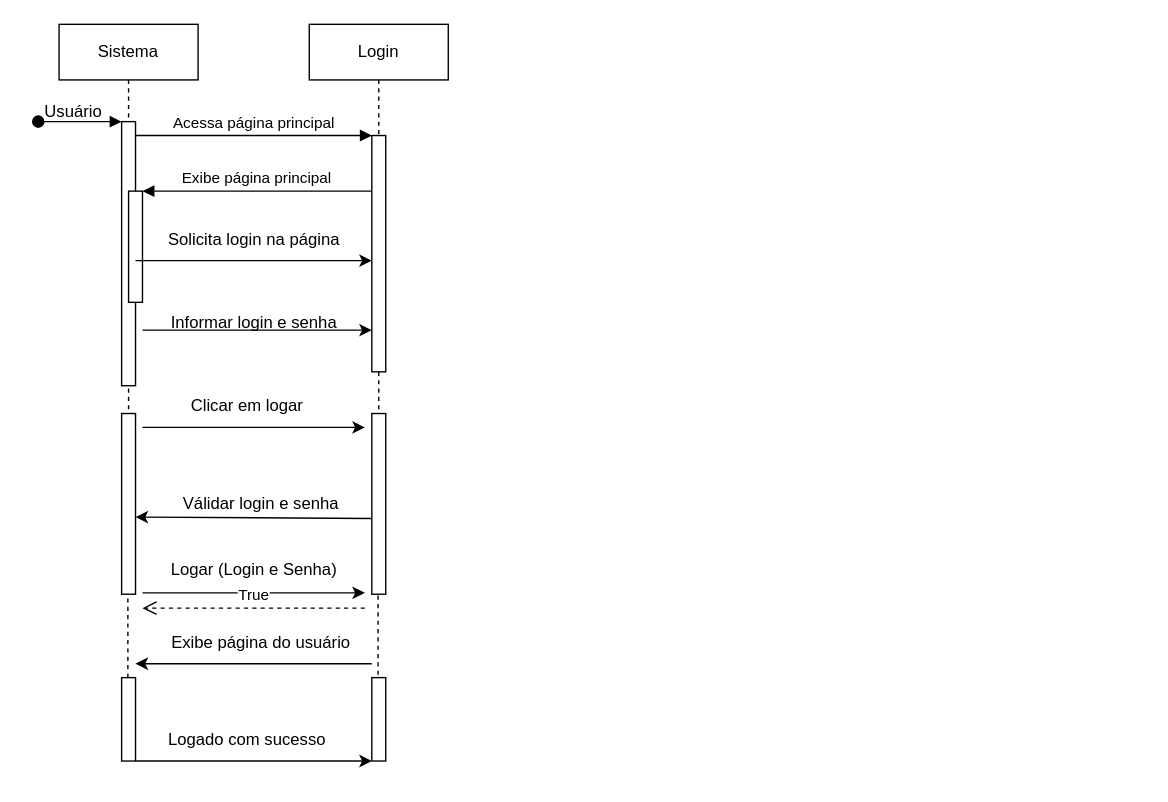
This is Diagrama sem nome.drawio from Claudinei-RDC/Ti, a draw.io file, before an edit. Source tidied: cells renumbered, new cells numbered last; positions are measured from the earlier drawing's top-left corner, leaving out a move shared by most shapes. Both pictures are drawn from the tidied source at 139%, with x=0, y=0 at pixel (31, 24).
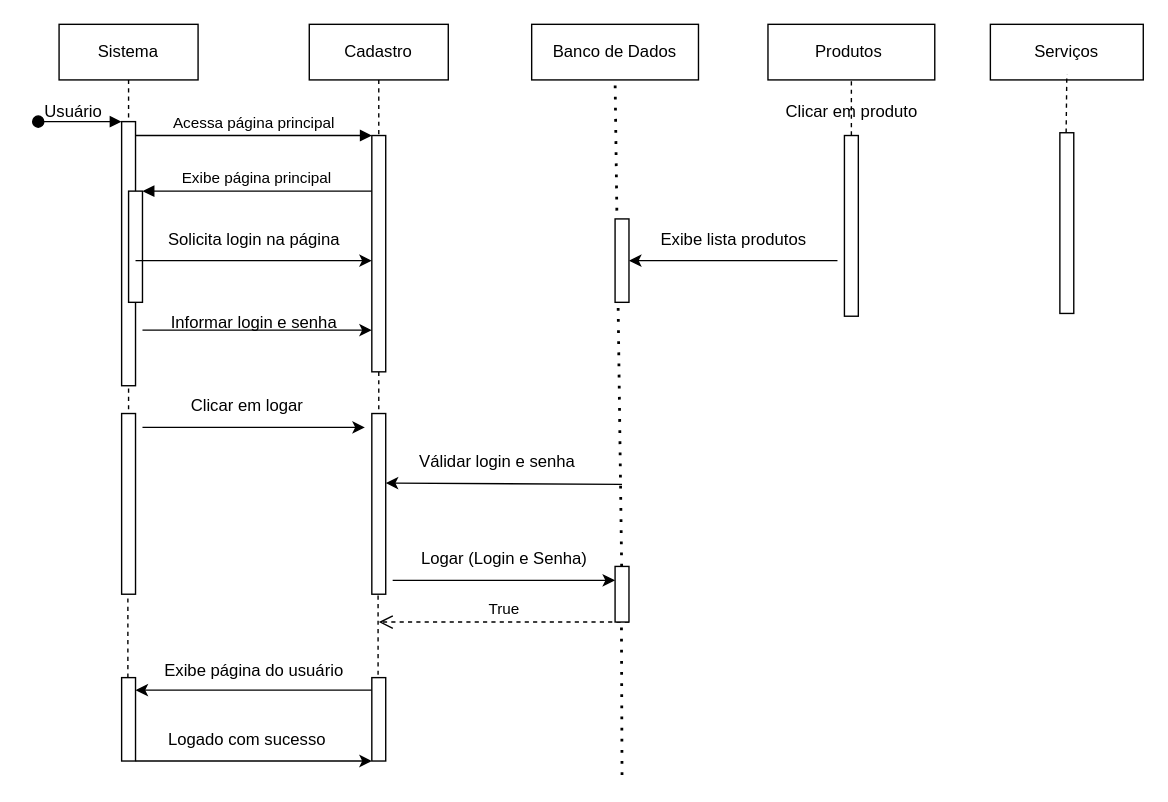
After the change.

Diff of the diagram source:
```diff
@@
-    <mxCell id="6" value="Login" style="shape=umlLifeline;perimeter=lifelinePerimeter;whiteSpace=wrap;html=1;newEdgeStyle={&quot;edgeStyle&quot;:&quot;elbowEdgeStyle&quot;,&quot;elbow&quot;:&quot;vertical&quot;,&quot;curved&quot;:0,&quot;rounded&quot;:0};" parent="1" vertex="1">
+    <mxCell id="6" value="Cadastro" style="shape=umlLifeline;perimeter=lifelinePerimeter;whiteSpace=wrap;html=1;newEdgeStyle={&quot;edgeStyle&quot;:&quot;elbowEdgeStyle&quot;,&quot;elbow&quot;:&quot;vertical&quot;,&quot;curved&quot;:0,&quot;rounded&quot;:0};" parent="1" vertex="1">
       <mxGeometry x="200" width="100" height="300" as="geometry" />
     </mxCell>
@@
     <mxCell id="17" style="endArrow=classic;html=1;rounded=0;" parent="1" edge="1">
       <mxGeometry relative="1" as="geometry">
-        <mxPoint x="245" y="355.5" as="sourcePoint" />
-        <mxPoint x="75" y="354.5" as="targetPoint" />
+        <mxPoint x="425" y="331" as="sourcePoint" />
+        <mxPoint x="255" y="330" as="targetPoint" />
       </mxGeometry>
     </mxCell>
     <mxCell id="18" value="Válidar login e senha" style="text;html=1;align=center;verticalAlign=middle;strokeColor=none;fillColor=none;" parent="1" vertex="1">
-      <mxGeometry x="95" y="330" width="140" height="30" as="geometry" />
+      <mxGeometry x="265" y="300" width="140" height="30" as="geometry" />
     </mxCell>
@@
     <mxCell id="20" style="endArrow=classic;html=1;rounded=0;" parent="1" edge="1">
       <mxGeometry relative="1" as="geometry">
-        <mxPoint x="80" y="409" as="sourcePoint" />
-        <mxPoint x="240" y="409" as="targetPoint" />
+        <mxPoint x="260" y="400" as="sourcePoint" />
+        <mxPoint x="420" y="400" as="targetPoint" />
       </mxGeometry>
     </mxCell>
     <mxCell id="21" value="Logar (Login e Senha)" style="text;html=1;align=center;verticalAlign=middle;strokeColor=none;fillColor=none;" parent="1" vertex="1">
-      <mxGeometry x="90" y="378" width="140" height="30" as="geometry" />
+      <mxGeometry x="270" y="370" width="140" height="30" as="geometry" />
     </mxCell>
@@
     <mxCell id="24" style="endArrow=classic;html=1;rounded=0;" parent="1" edge="1">
       <mxGeometry relative="1" as="geometry">
-        <mxPoint x="245" y="460" as="sourcePoint" />
-        <mxPoint x="75" y="460" as="targetPoint" />
+        <mxPoint x="245" y="479" as="sourcePoint" />
+        <mxPoint x="75" y="479" as="targetPoint" />
       </mxGeometry>
     </mxCell>
     <mxCell id="25" value="Exibe página do usuário" style="text;html=1;align=center;verticalAlign=middle;strokeColor=none;fillColor=none;" parent="1" vertex="1">
-      <mxGeometry x="90" y="430" width="150" height="30" as="geometry" />
+      <mxGeometry x="85" y="450" width="150" height="30" as="geometry" />
     </mxCell>
@@
     <mxCell id="31" value="True" style="html=1;verticalAlign=bottom;endArrow=open;dashed=1;endSize=8;curved=0;rounded=0;" parent="1" edge="1">
       <mxGeometry relative="1" as="geometry">
-        <mxPoint x="240" y="420" as="sourcePoint" />
-        <mxPoint x="80" y="420" as="targetPoint" />
+        <mxPoint x="430" y="430" as="sourcePoint" />
+        <mxPoint x="250" y="430" as="targetPoint" />
       </mxGeometry>
     </mxCell>
+    <mxCell id="32" value="Banco de Dados" style="rounded=0;whiteSpace=wrap;html=1;" parent="1" vertex="1">
+      <mxGeometry x="360" width="120" height="40" as="geometry" />
+    </mxCell>
+    <mxCell id="33" style="endArrow=none;dashed=1;html=1;dashPattern=1 3;strokeWidth=2;rounded=0;entryX=0.5;entryY=1;entryDx=0;entryDy=0;" parent="1" edge="1" source="35" target="32">
+      <mxGeometry relative="1" as="geometry" />
+    </mxCell>
+    <mxCell id="34" style="endArrow=none;dashed=1;html=1;dashPattern=1 3;strokeWidth=2;rounded=0;entryX=0.5;entryY=1;entryDx=0;entryDy=0;" parent="1" edge="1">
+      <mxGeometry relative="1" as="geometry">
+        <mxPoint x="425" y="540" as="sourcePoint" />
+        <mxPoint x="424.5" y="410" as="targetPoint" />
+      </mxGeometry>
+    </mxCell>
+    <mxCell id="35" style="rounded=0;whiteSpace=wrap;html=1;direction=south;" parent="1" vertex="1">
+      <mxGeometry x="420" y="390" width="10" height="40" as="geometry" />
+    </mxCell>
+    <mxCell id="36" value="Produtos&amp;nbsp;" style="rounded=0;whiteSpace=wrap;html=1;" parent="1" vertex="1">
+      <mxGeometry x="530" width="120" height="40" as="geometry" />
+    </mxCell>
+    <mxCell id="37" style="rounded=0;whiteSpace=wrap;html=1;direction=south;" parent="1" vertex="1">
+      <mxGeometry x="585" y="80" width="10" height="130" as="geometry" />
+    </mxCell>
+    <mxCell id="38" style="endArrow=none;dashed=1;html=1;rounded=0;" parent="1" edge="1">
+      <mxGeometry relative="1" as="geometry">
+        <mxPoint x="590" y="80" as="sourcePoint" />
+        <mxPoint x="590" y="40" as="targetPoint" />
+      </mxGeometry>
+    </mxCell>
+    <mxCell id="39" value="Clicar em produto" style="text;html=1;align=center;verticalAlign=middle;strokeColor=none;fillColor=none;" parent="1" vertex="1">
+      <mxGeometry x="530" y="48" width="120" height="30" as="geometry" />
+    </mxCell>
+    <mxCell id="40" value="Exibe lista produtos" style="text;html=1;align=center;verticalAlign=middle;strokeColor=none;fillColor=none;" parent="1" vertex="1">
+      <mxGeometry x="440" y="140" width="130" height="30" as="geometry" />
+    </mxCell>
+    <mxCell id="41" style="rounded=0;whiteSpace=wrap;html=1;direction=south;" parent="1" vertex="1">
+      <mxGeometry x="740" y="78" width="10" height="130" as="geometry" />
+    </mxCell>
+    <mxCell id="42" value="Serviços" style="rounded=0;whiteSpace=wrap;html=1;" parent="1" vertex="1">
+      <mxGeometry x="690" width="110" height="40" as="geometry" />
+    </mxCell>
+    <mxCell id="43" style="endArrow=none;dashed=1;html=1;rounded=0;" parent="1" edge="1">
+      <mxGeometry relative="1" as="geometry">
+        <mxPoint x="744.5" y="78" as="sourcePoint" />
+        <mxPoint x="745" y="36" as="targetPoint" />
+      </mxGeometry>
+    </mxCell>
+    <mxCell id="44" style="endArrow=classic;html=1;rounded=0;" parent="1" edge="1">
+      <mxGeometry relative="1" as="geometry">
+        <mxPoint x="580" y="170" as="sourcePoint" />
+        <mxPoint x="430" y="170" as="targetPoint" />
+      </mxGeometry>
+    </mxCell>
+    <mxCell id="45" style="rounded=0;whiteSpace=wrap;html=1;direction=south;" parent="1" vertex="1">
+      <mxGeometry x="420" y="140" width="10" height="60" as="geometry" />
+    </mxCell>
```
